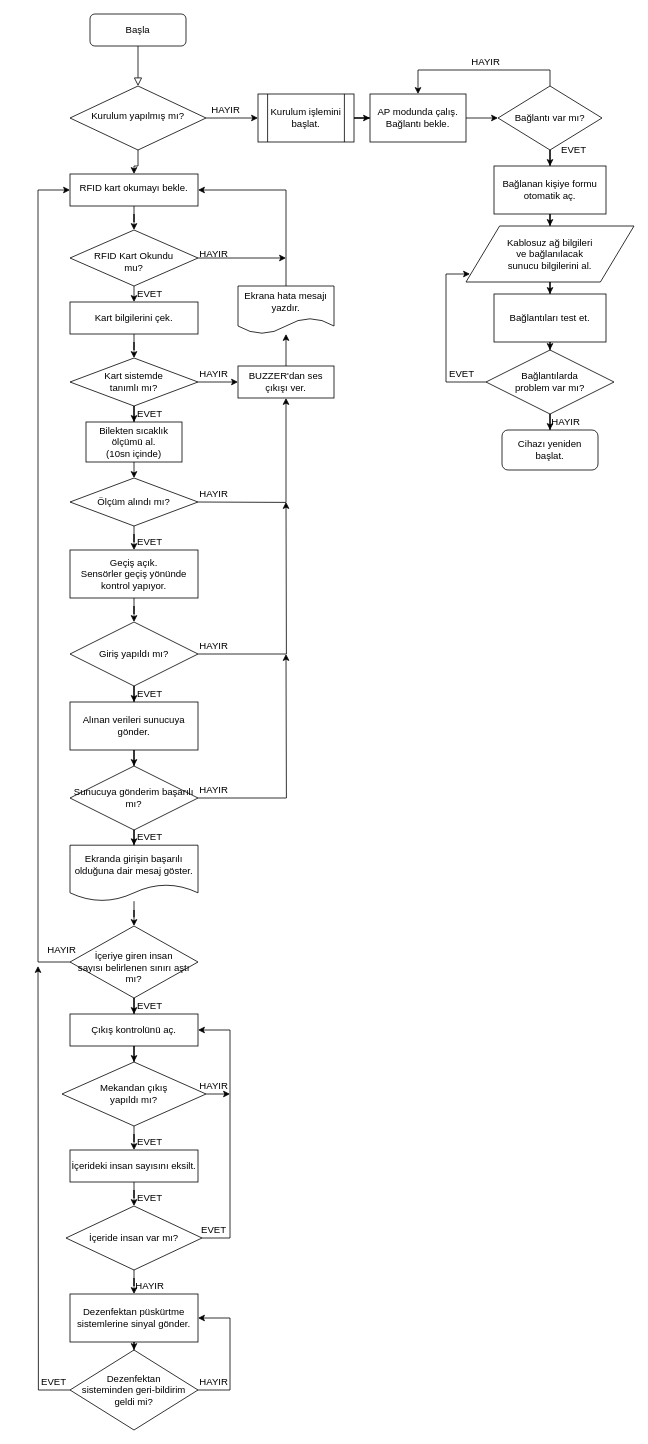
This is Untitled Diagram.drawio from atakanargn/jpebs, a draw.io file, before an edit. Source tidied: cells renumbered, new cells numbered last; positions are measured from the earlier drawing's top-left corner, leaving out a move shared by most shapes. Both pictures are drawn from the tidied source at 80%, with x=0, y=0 at pixel (38, 14).
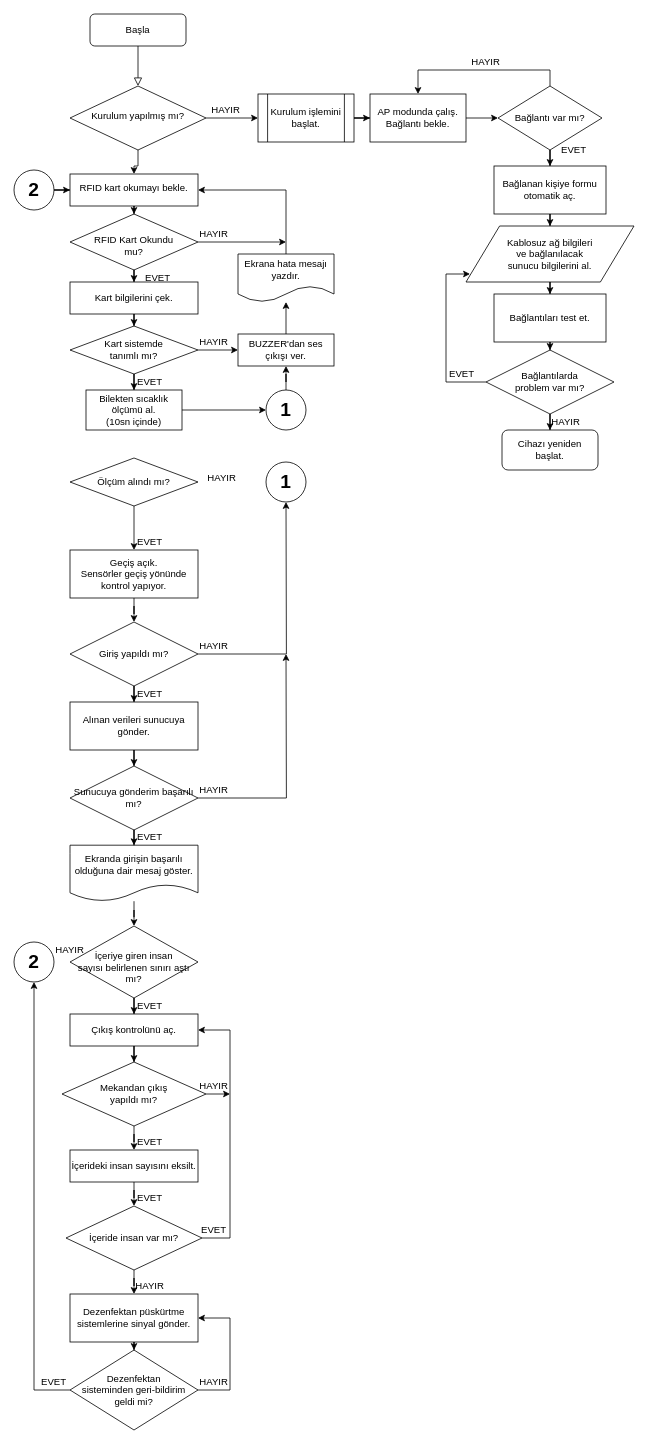
Above is the later version.

Unchanged cells that the change refers to:
```xml
<mxCell id="30" value="&lt;div&gt;RFID kart okumayı bekle.&lt;/div&gt;" style="whiteSpace=wrap;html=1;shadow=0;strokeWidth=1;spacing=6;spacingTop=-4;" parent="1" vertex="1">
  <mxGeometry x="40" y="200" width="160" height="40" as="geometry" />
</mxCell>
<mxCell id="94" value="&lt;div&gt;Dezenfektan&lt;/div&gt;&lt;div&gt;sisteminden geri-bildirim geldi mi?&lt;/div&gt;" style="rhombus;whiteSpace=wrap;html=1;" parent="1" vertex="1">
  <mxGeometry x="40" y="1670" width="160" height="100" as="geometry" />
</mxCell>
```

Change to the diagram source:
```diff
@@
-    <mxCell id="31" style="edgeStyle=orthogonalEdgeStyle;rounded=0;jettySize=auto;html=1;" parent="1" edge="1" source="33">
-      <mxGeometry relative="1" as="geometry">
-        <mxPoint x="120" y="360" as="targetPoint" />
-      </mxGeometry>
-    </mxCell>
     <mxCell id="32" style="edgeStyle=orthogonalEdgeStyle;rounded=0;jettySize=auto;html=1;" parent="1" edge="1" source="33">
       <mxGeometry relative="1" as="geometry">
-        <mxPoint x="310" y="305" as="targetPoint" />
+        <mxPoint x="310" y="285" as="targetPoint" />
       </mxGeometry>
     </mxCell>
+    <mxCell id="97" style="edgeStyle=orthogonalEdgeStyle;rounded=0;jettySize=auto;html=1;entryX=0.5;entryY=0;entryDx=0;entryDy=0;" parent="1" edge="1" source="33" target="36">
+      <mxGeometry relative="1" as="geometry" />
+    </mxCell>
     <mxCell id="33" value="&lt;div&gt;&lt;br&gt;&lt;/div&gt;&lt;div&gt;RFID Kart Okundu&lt;/div&gt;&lt;div&gt;mu?&lt;/div&gt;" style="rhombus;whiteSpace=wrap;html=1;shadow=0;strokeWidth=1;spacing=6;spacingTop=-4;" parent="1" vertex="1">
-      <mxGeometry x="40" y="270" width="160" height="70" as="geometry" />
+      <mxGeometry x="40" y="250" width="160" height="70" as="geometry" />
     </mxCell>
     <mxCell id="34" value="&lt;div&gt;HAYIR&lt;/div&gt;" style="text;html=1;strokeColor=none;fillColor=none;align=center;verticalAlign=middle;whiteSpace=wrap;rounded=0;" parent="1" vertex="1">
-      <mxGeometry x="200" y="290" width="40" height="20" as="geometry" />
+      <mxGeometry x="200" y="265" width="40" height="20" as="geometry" />
     </mxCell>
@@
     <mxCell id="36" value="Kart bilgilerini çek." style="rounded=0;whiteSpace=wrap;html=1;" parent="1" vertex="1">
-      <mxGeometry x="40" y="360" width="160" height="40" as="geometry" />
+      <mxGeometry x="40" y="335" width="160" height="40" as="geometry" />
     </mxCell>
     <mxCell id="37" value="&lt;div&gt;EVET&lt;/div&gt;" style="text;html=1;strokeColor=none;fillColor=none;align=center;verticalAlign=middle;whiteSpace=wrap;rounded=0;" parent="1" vertex="1">
-      <mxGeometry x="120" y="340" width="40" height="20" as="geometry" />
+      <mxGeometry x="130" y="320" width="40" height="20" as="geometry" />
     </mxCell>
@@
     <mxCell id="40" value="&lt;div&gt;Kart sistemde&lt;/div&gt;&lt;div&gt;tanımlı mı?&lt;/div&gt;" style="rhombus;whiteSpace=wrap;html=1;" parent="1" vertex="1">
-      <mxGeometry x="40" y="430" width="160" height="60" as="geometry" />
+      <mxGeometry x="40" y="390" width="160" height="60" as="geometry" />
     </mxCell>
@@
     <mxCell id="42" value="BUZZER'dan ses çıkışı ver." style="rounded=0;whiteSpace=wrap;html=1;" parent="1" vertex="1">
-      <mxGeometry x="250" y="440" width="120" height="40" as="geometry" />
+      <mxGeometry x="250" y="400" width="120" height="40" as="geometry" />
     </mxCell>
@@
     <mxCell id="44" value="Ekrana hata mesajı yazdır." style="shape=document;whiteSpace=wrap;html=1;boundedLbl=1;rounded=0;size=0.3333333333333333;" parent="1" vertex="1">
-      <mxGeometry x="250" y="340" width="120" height="60" as="geometry" />
+      <mxGeometry x="250" y="300" width="120" height="60" as="geometry" />
     </mxCell>
     <mxCell id="45" value="HAYIR" style="text;html=1;strokeColor=none;fillColor=none;align=center;verticalAlign=middle;whiteSpace=wrap;rounded=0;" parent="1" vertex="1">
-      <mxGeometry x="200" y="440" width="40" height="20" as="geometry" />
+      <mxGeometry x="200" y="400" width="40" height="20" as="geometry" />
     </mxCell>
-    <mxCell id="46" style="edgeStyle=orthogonalEdgeStyle;rounded=0;jettySize=auto;html=1;" parent="1" edge="1" source="47">
-      <mxGeometry relative="1" as="geometry">
-        <mxPoint x="120" y="580" as="targetPoint" />
-      </mxGeometry>
-    </mxCell>
+    <mxCell id="98" style="edgeStyle=orthogonalEdgeStyle;rounded=0;jettySize=auto;html=1;" parent="1" edge="1" source="47" target="100">
+      <mxGeometry relative="1" as="geometry" />
+    </mxCell>
     <mxCell id="47" value="Bilekten sıcaklık ölçümü al.&lt;br&gt;(10sn içinde)" style="whiteSpace=wrap;html=1;" parent="1" vertex="1">
-      <mxGeometry x="60" y="510" width="120" height="50" as="geometry" />
+      <mxGeometry x="60" y="470" width="120" height="50" as="geometry" />
     </mxCell>
-    <mxCell id="48" style="edgeStyle=orthogonalEdgeStyle;rounded=0;jettySize=auto;html=1;entryX=0.5;entryY=1;entryDx=0;entryDy=0;" parent="1" edge="1" target="42">
-      <mxGeometry relative="1" as="geometry">
-        <mxPoint x="200" y="610" as="sourcePoint" />
-      </mxGeometry>
-    </mxCell>
     <mxCell id="49" value="&lt;div&gt;EVET&lt;/div&gt;" style="text;html=1;strokeColor=none;fillColor=none;align=center;verticalAlign=middle;whiteSpace=wrap;rounded=0;" parent="1" vertex="1">
-      <mxGeometry x="120" y="490" width="40" height="20" as="geometry" />
+      <mxGeometry x="120" y="450" width="40" height="20" as="geometry" />
     </mxCell>
-    <mxCell id="50" style="edgeStyle=orthogonalEdgeStyle;rounded=0;jettySize=auto;html=1;entryX=0;entryY=0.5;entryDx=0;entryDy=0;exitX=0;exitY=0.5;exitDx=0;exitDy=0;" parent="1" edge="1" target="30">
-      <mxGeometry relative="1" as="geometry">
-        <mxPoint x="40" y="1185" as="sourcePoint" />
-        <Array as="points">
-          <mxPoint y="1185" />
-          <mxPoint y="220" />
-        </Array>
-      </mxGeometry>
-    </mxCell>
@@
     <mxCell id="52" value="Ölçüm alındı mı?" style="rhombus;whiteSpace=wrap;html=1;" parent="1" vertex="1">
-      <mxGeometry x="40" y="580" width="160" height="60" as="geometry" />
+      <mxGeometry x="40" y="555" width="160" height="60" as="geometry" />
     </mxCell>
     <mxCell id="53" value="HAYIR" style="text;html=1;strokeColor=none;fillColor=none;align=center;verticalAlign=middle;whiteSpace=wrap;rounded=0;" parent="1" vertex="1">
-      <mxGeometry x="200" y="590" width="40" height="20" as="geometry" />
+      <mxGeometry x="210" y="570" width="40" height="20" as="geometry" />
     </mxCell>
@@
     <mxCell id="73" value="HAYIR" style="text;html=1;strokeColor=none;fillColor=none;align=center;verticalAlign=middle;whiteSpace=wrap;rounded=0;" parent="1" vertex="1">
-      <mxGeometry x="10" y="1160" width="40" height="20" as="geometry" />
+      <mxGeometry x="20" y="1160" width="40" height="20" as="geometry" />
     </mxCell>
@@
-    <mxCell id="93" style="edgeStyle=orthogonalEdgeStyle;rounded=0;jettySize=auto;html=1;" parent="1" edge="1" source="94">
-      <mxGeometry relative="1" as="geometry">
-        <mxPoint y="1190" as="targetPoint" />
-      </mxGeometry>
+    <mxCell id="93" style="edgeStyle=orthogonalEdgeStyle;rounded=0;jettySize=auto;html=1;" parent="1" edge="1" source="94" target="103">
+      <mxGeometry relative="1" as="geometry" />
     </mxCell>
@@
+    <mxCell id="99" style="edgeStyle=orthogonalEdgeStyle;rounded=0;jettySize=auto;html=1;entryX=0.5;entryY=1;entryDx=0;entryDy=0;" parent="1" edge="1" source="100" target="42">
+      <mxGeometry relative="1" as="geometry" />
+    </mxCell>
+    <mxCell id="100" value="&lt;b&gt;&lt;font style=&quot;font-size: 24px&quot;&gt;1&lt;/font&gt;&lt;/b&gt;" style="ellipse;whiteSpace=wrap;html=1;" parent="1" vertex="1">
+      <mxGeometry x="285" y="470" width="50" height="50" as="geometry" />
+    </mxCell>
+    <mxCell id="101" style="edgeStyle=orthogonalEdgeStyle;rounded=0;jettySize=auto;html=1;" parent="1" edge="1" source="102" target="30">
+      <mxGeometry relative="1" as="geometry" />
+    </mxCell>
+    <mxCell id="102" value="&lt;b&gt;&lt;font style=&quot;font-size: 24px&quot;&gt;2&lt;/font&gt;&lt;/b&gt;" style="ellipse;whiteSpace=wrap;html=1;" parent="1" vertex="1">
+      <mxGeometry x="-30" y="195" width="50" height="50" as="geometry" />
+    </mxCell>
+    <mxCell id="103" value="&lt;b&gt;&lt;font style=&quot;font-size: 24px&quot;&gt;2&lt;/font&gt;&lt;/b&gt;" style="ellipse;whiteSpace=wrap;html=1;" parent="1" vertex="1">
+      <mxGeometry x="-30" y="1160" width="50" height="50" as="geometry" />
+    </mxCell>
+    <mxCell id="104" value="&lt;b&gt;&lt;font style=&quot;font-size: 24px&quot;&gt;1&lt;/font&gt;&lt;/b&gt;" style="ellipse;whiteSpace=wrap;html=1;" parent="1" vertex="1">
+      <mxGeometry x="285" y="560" width="50" height="50" as="geometry" />
+    </mxCell>
```
